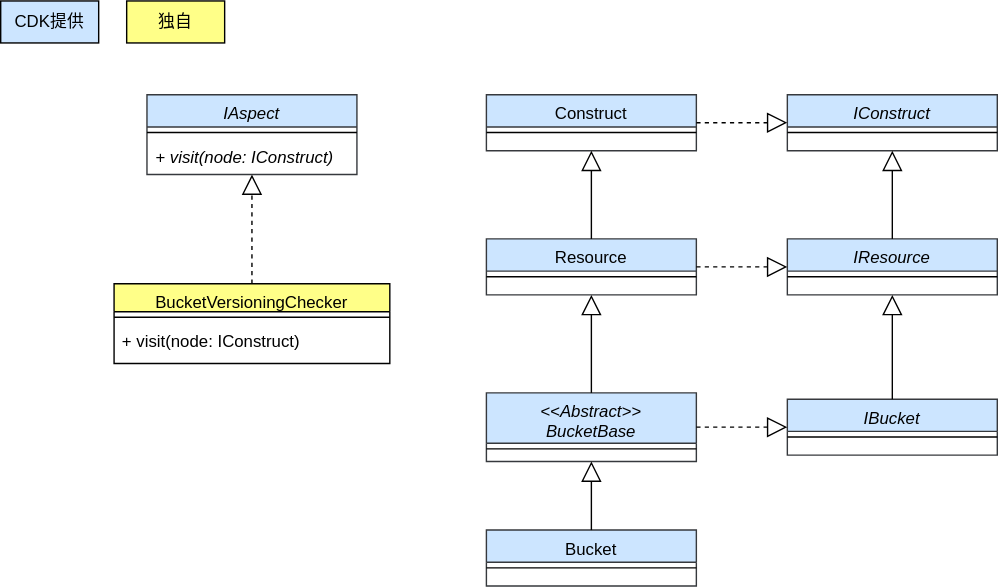
go-to-k/cdk-gof-design-pattern keeps this draw.io diagram as drawio/visitor/visitor-cdk.drawio.svg. Above is the earlier version. Source tidied: cells renumbered, new cells last; positions are measured from the earlier drawing's top-left corner, leaving out a move shared by most shapes.
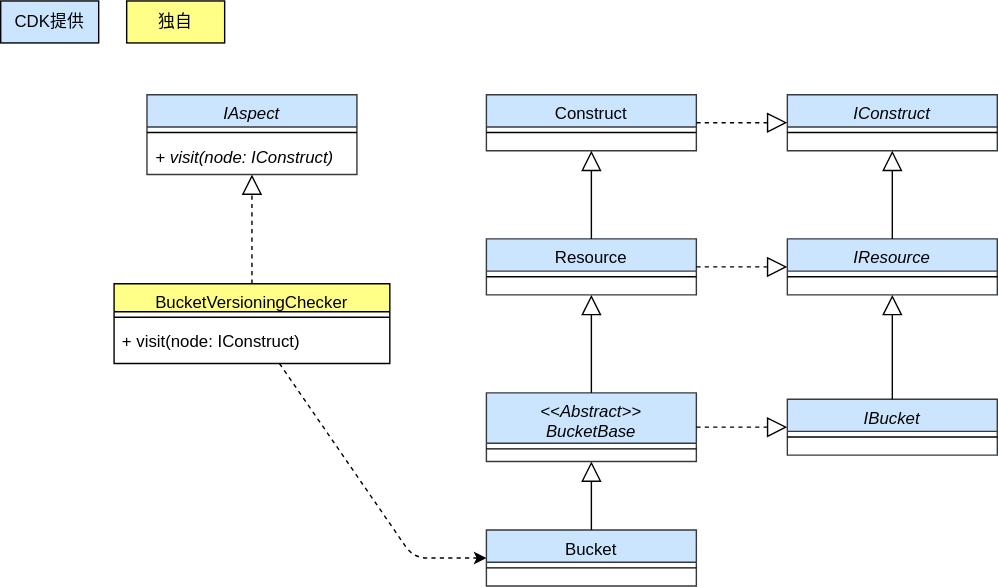
The same diagram one commit later.

Commit message:
update visitor diagrams

The edit, as a diff of the source:
```diff
@@ -8,6 +8,13 @@
     <mxCell id="3" value="CDK提供" style="rounded=0;whiteSpace=wrap;html=1;fillColor=#cce5ff;strokeColor=#000000;fontColor=#000000;" parent="1" vertex="1">
       <mxGeometry width="70" height="30" as="geometry" />
     </mxCell>
+    <mxCell id="33" style="edgeStyle=none;html=1;dashed=1;strokeColor=#000000;" parent="1" edge="1" source="4" target="13">
+      <mxGeometry relative="1" as="geometry">
+        <Array as="points">
+          <mxPoint x="295" y="398" />
+        </Array>
+      </mxGeometry>
+    </mxCell>
     <mxCell id="4" value="BucketVersioningChecker" style="swimlane;fontStyle=0;align=center;verticalAlign=top;horizontal=1;startSize=20;rounded=0;shadow=0;strokeWidth=1;fillColor=#ffff88;strokeColor=#000000;fontColor=#000000;" parent="1" vertex="1">
       <mxGeometry x="81" y="202" width="197" height="57" as="geometry" />
     </mxCell>
```
